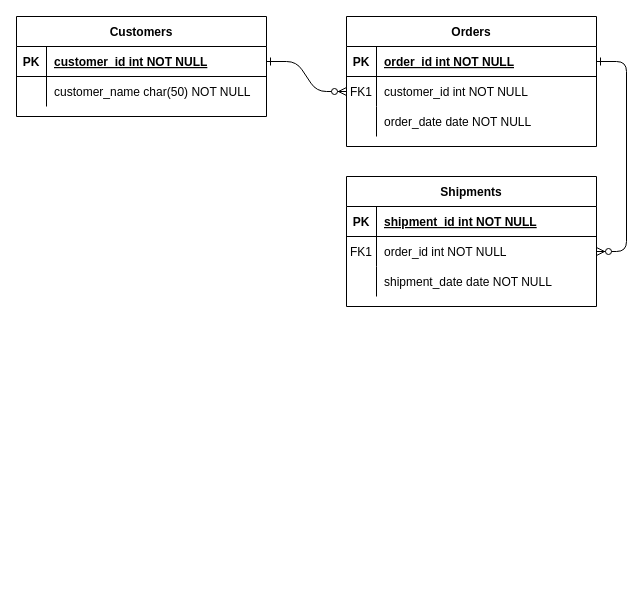
Earlier version of the draw.io diagram Untitled Diagram.drawio (Larisa123456789/examen_sem_I_jurca). Source tidied: cells renumbered, new cells numbered last; positions are measured from the earlier drawing's top-left corner, leaving out a move shared by most shapes. Both pictures are drawn from the tidied source at 100%, with x=0, y=0 at pixel (16, 16).
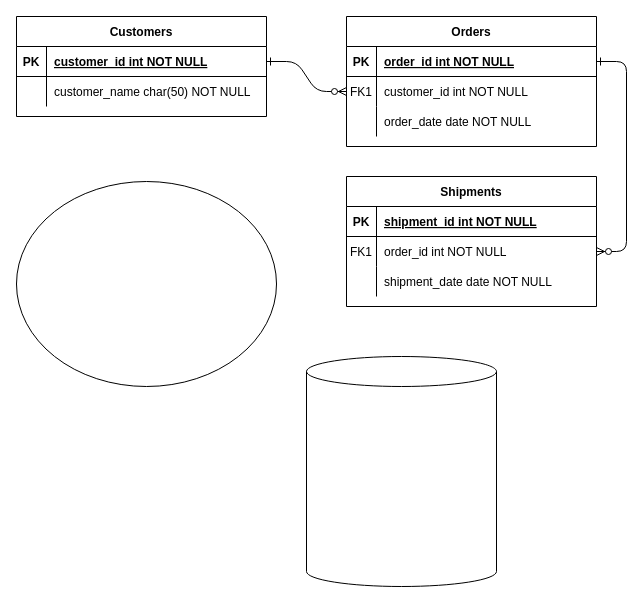
After the change.

The edit, as a diff of the source:
```diff
@@
+    <mxCell id="31" style="ellipse;whiteSpace=wrap;html=1;" parent="1" vertex="1">
+      <mxGeometry y="165" width="260" height="205" as="geometry" />
+    </mxCell>
+    <mxCell id="32" style="shape=cylinder3;whiteSpace=wrap;html=1;boundedLbl=1;backgroundOutline=1;size=15;" parent="1" vertex="1">
+      <mxGeometry x="290" y="340" width="190" height="230" as="geometry" />
+    </mxCell>
```
